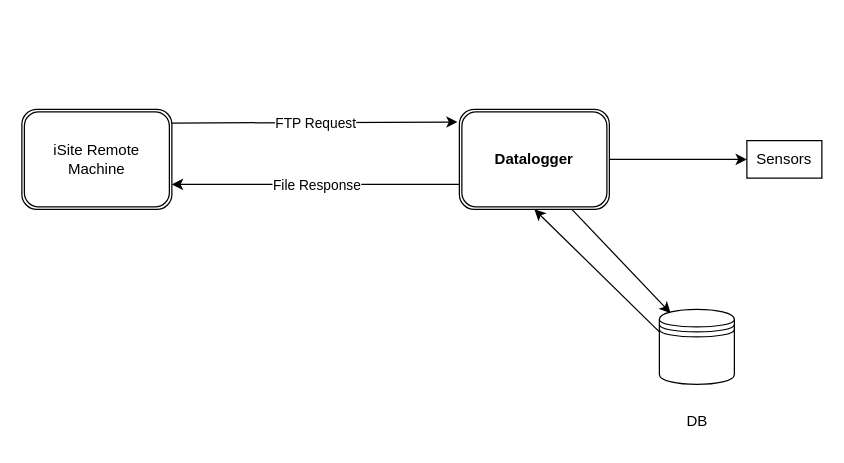
Before: arch.drawio in qiweimao/ESP32-Datalogger, a draw.io diagram. Source tidied: cells renumbered, new cells numbered last; positions are measured from the earlier drawing's top-left corner, leaving out a move shared by most shapes. Both pictures are drawn from the tidied source at 125%, with x=0, y=0 at pixel (21, 109).
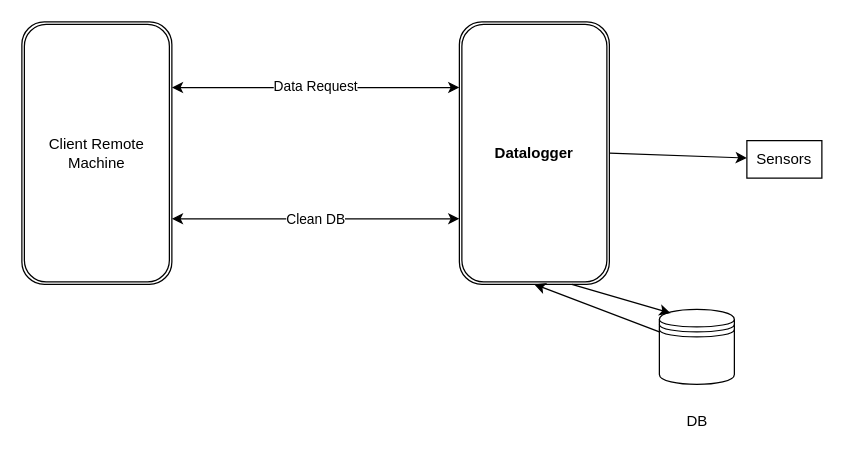
Above is the later version.

The edit, as a diff of the source:
```diff
@@
 <mxGraphModel>
   <root>
     <mxCell id="0" />
     <mxCell id="1" parent="0" />
     <mxCell id="2" value="&lt;b&gt;Datalogger&lt;/b&gt;" style="shape=ext;double=1;rounded=1;whiteSpace=wrap;html=1;" parent="1" vertex="1">
-      <mxGeometry x="350" width="120" height="80" as="geometry" />
+      <mxGeometry x="350" y="-70" width="120" height="210" as="geometry" />
     </mxCell>
     <mxCell id="3" style="endArrow=classic;html=1;exitX=1;exitY=0.5;exitDx=0;exitDy=0;" parent="1" edge="1" source="2" target="4">
       <mxGeometry relative="1" as="geometry" />
     </mxCell>
     <mxCell id="4" value="Sensors" style="rounded=0;whiteSpace=wrap;html=1;" parent="1" vertex="1">
       <mxGeometry x="580" y="25" width="60" height="30" as="geometry" />
     </mxCell>
-    <mxCell id="5" value="iSite Remote Machine" style="shape=ext;double=1;rounded=1;whiteSpace=wrap;html=1;" parent="1" vertex="1">
-      <mxGeometry width="120" height="80" as="geometry" />
+    <mxCell id="5" value="Client Remote Machine" style="shape=ext;double=1;rounded=1;whiteSpace=wrap;html=1;" parent="1" vertex="1">
+      <mxGeometry y="-70" width="120" height="210" as="geometry" />
     </mxCell>
-    <mxCell id="6" style="endArrow=classic;html=1;exitX=0.995;exitY=0.137;exitDx=0;exitDy=0;exitPerimeter=0;entryX=-0.012;entryY=0.126;entryDx=0;entryDy=0;entryPerimeter=0;" parent="1" edge="1" source="5" target="2">
-      <mxGeometry relative="1" as="geometry" />
-    </mxCell>
-    <mxCell id="7" value="FTP Request" style="edgeLabel;html=1;align=center;verticalAlign=middle;" parent="6" vertex="1">
-      <mxGeometry relative="1" as="geometry" />
-    </mxCell>
-    <mxCell id="8" style="endArrow=classic;html=1;exitX=0;exitY=0.75;exitDx=0;exitDy=0;entryX=1;entryY=0.75;entryDx=0;entryDy=0;" parent="1" edge="1" source="2" target="5">
-      <mxGeometry relative="1" as="geometry" />
-    </mxCell>
-    <mxCell id="9" value="File Response" style="edgeLabel;html=1;align=center;verticalAlign=middle;" parent="8" vertex="1">
-      <mxGeometry relative="1" as="geometry" />
-    </mxCell>
     <mxCell id="10" style="shape=datastore;whiteSpace=wrap;html=1;" parent="1" vertex="1">
       <mxGeometry x="510" y="160" width="60" height="60" as="geometry" />
     </mxCell>
     <mxCell id="11" value="DB" style="text;html=1;align=center;verticalAlign=middle;strokeColor=none;fillColor=none;" parent="1" vertex="1">
       <mxGeometry x="520" y="235" width="40" height="30" as="geometry" />
     </mxCell>
     <mxCell id="12" style="endArrow=classic;html=1;exitX=0.75;exitY=1;exitDx=0;exitDy=0;entryX=0.15;entryY=0.05;entryDx=0;entryDy=0;entryPerimeter=0;" parent="1" edge="1" source="2" target="10">
       <mxGeometry relative="1" as="geometry" />
     </mxCell>
     <mxCell id="13" style="endArrow=classic;html=1;exitX=0;exitY=0.3;exitDx=0;exitDy=0;entryX=0.5;entryY=1;entryDx=0;entryDy=0;" parent="1" edge="1" source="10" target="2">
       <mxGeometry relative="1" as="geometry" />
     </mxCell>
+    <mxCell id="14" value="Data Request" style="endArrow=classic;startArrow=classic;html=1;exitX=1;exitY=0.25;exitDx=0;exitDy=0;entryX=0;entryY=0.25;entryDx=0;entryDy=0;" parent="1" edge="1" source="5" target="2">
+      <mxGeometry relative="1" as="geometry" />
+    </mxCell>
+    <mxCell id="15" value="Clean DB" style="endArrow=classic;startArrow=classic;html=1;exitX=1;exitY=0.75;exitDx=0;exitDy=0;entryX=0;entryY=0.75;entryDx=0;entryDy=0;" parent="1" edge="1" source="5" target="2">
+      <mxGeometry relative="1" as="geometry" />
+    </mxCell>
   </root>
 </mxGraphModel>
```
